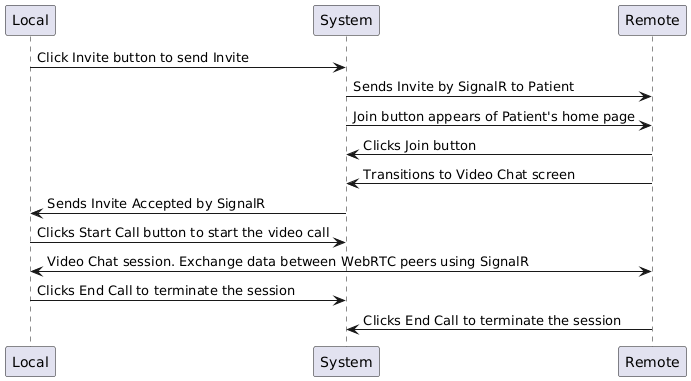
Earlier version of the PlantUML export Docs/VideoChatSequenceDiagram.png (VeritasSoftware/WebRTC).
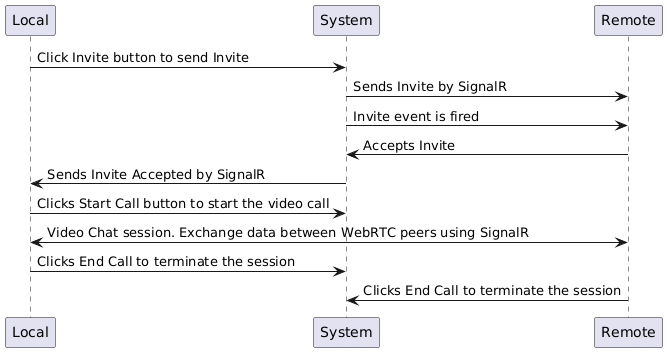
The same file after the commit.

Diff of the diagram source:
```diff
@@ -1,9 +1,8 @@
 @startuml
 Local -> System: Click Invite button to send Invite
-System -> Remote: Sends Invite by SignalR to Patient
-System -> Remote: Join button appears of Patient's home page
-Remote -> System: Clicks Join button
-Remote -> System: Transitions to Video Chat screen
+System -> Remote: Sends Invite by SignalR
+System -> Remote: Invite event is fired
+Remote -> System: Accepts Invite
 System -> Local: Sends Invite Accepted by SignalR
 Local -> System: Clicks Start Call button to start the video call
 Local <-> Remote: Video Chat session. Exchange data between WebRTC peers using SignalR
```
